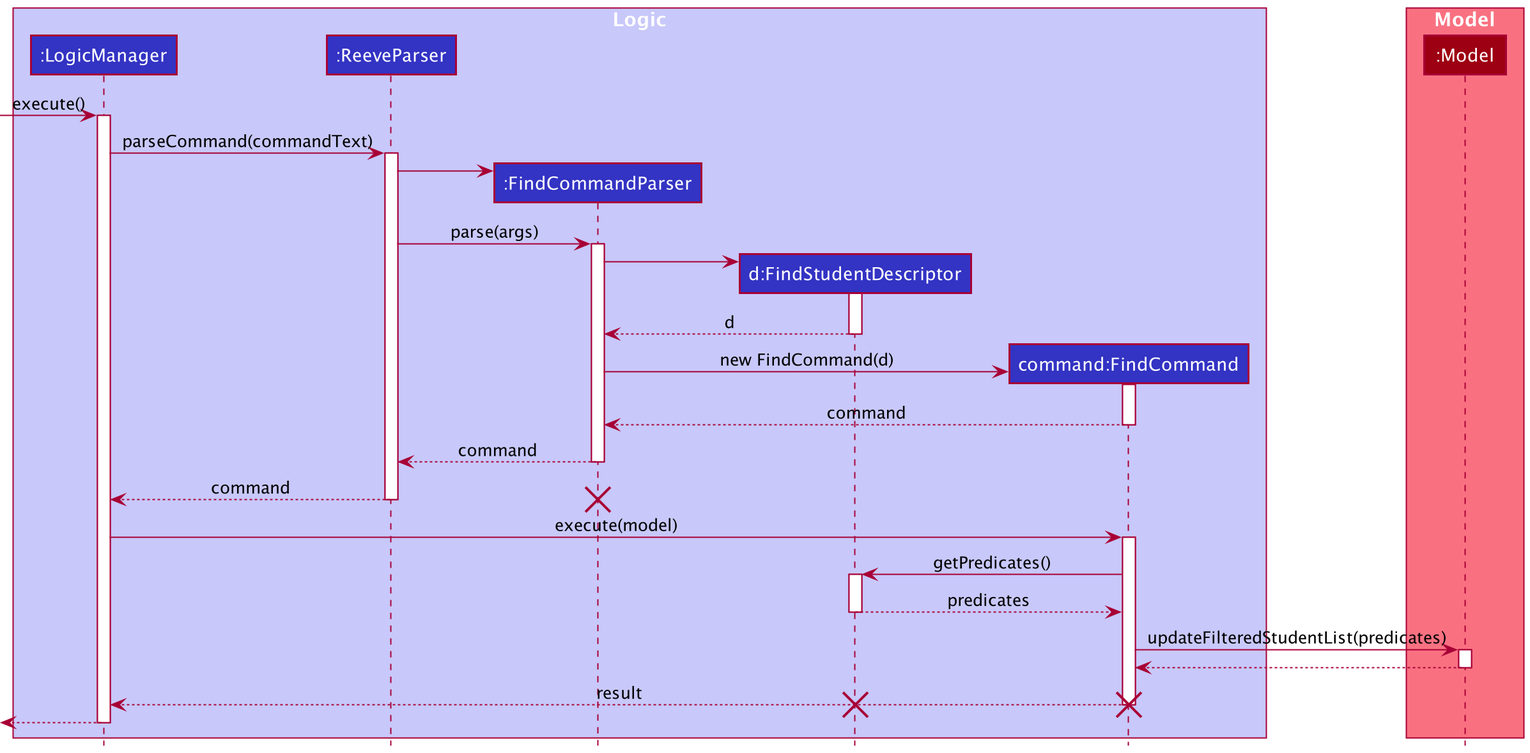
This is docs/images/FindCommandSequenceDiagram.png from nus-cs2103-AY2021S1/tp, a PlantUML export, as it was before one commit.
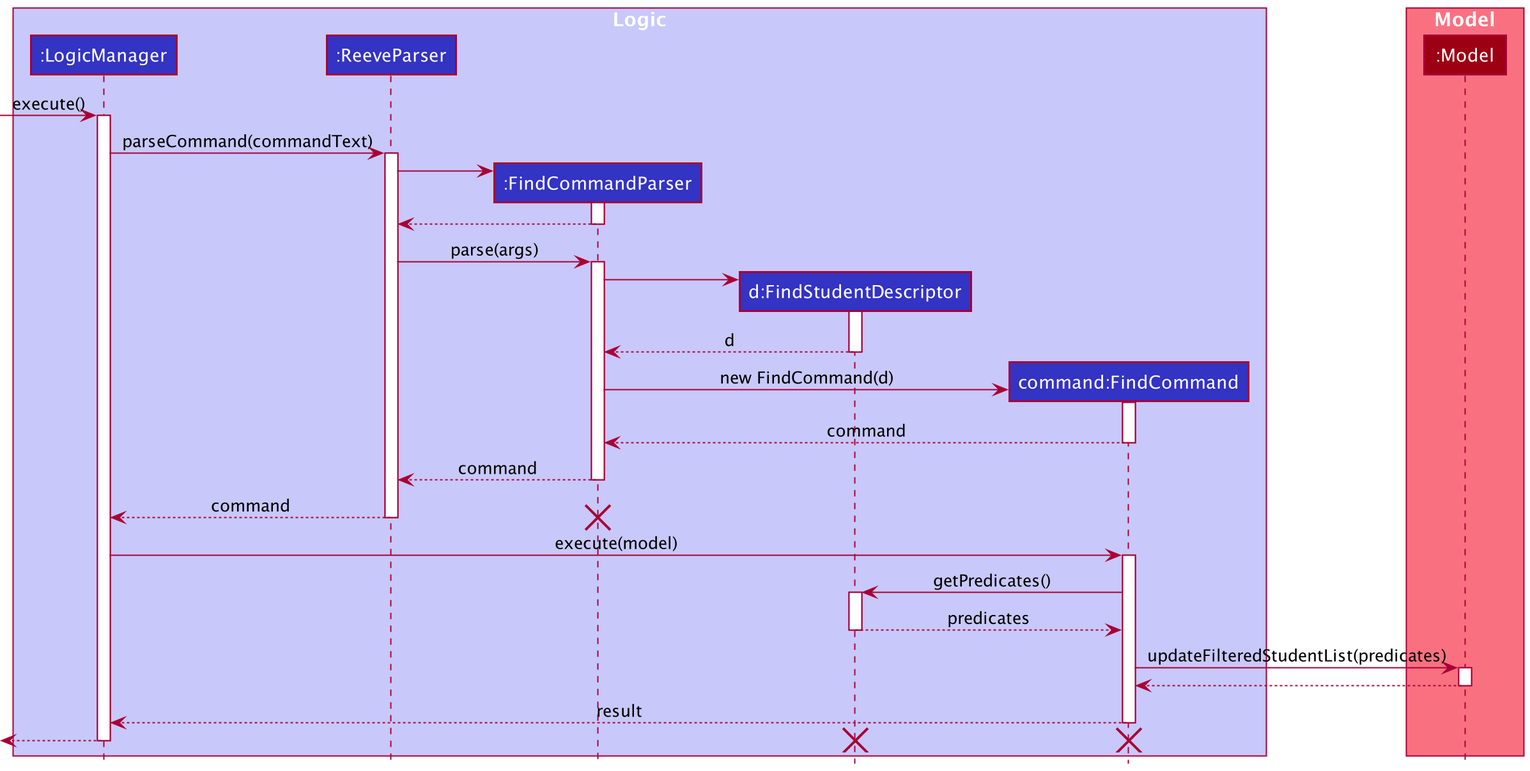
Above is the later version.

Commit message:
Update Sequence Diagrams to include activation bar for constructors and to move deletion icon

Diff of the diagram source:
```diff
@@ -14,7 +14,8 @@
 activate logic
 logic -> rp ++: parseCommand(commandText)
 create fcp
-rp -> fcp
+rp -> fcp ++:
+return
 rp -> fcp ++: parse(args)
 create fcd
 fcp -> fcd ++:
@@ -40,9 +41,9 @@
 fc -> model++: updateFilteredStudentList(predicates)
 return
 return result
+return
 destroy fc
 destroy fcd
-return
 
 end box
 
```
